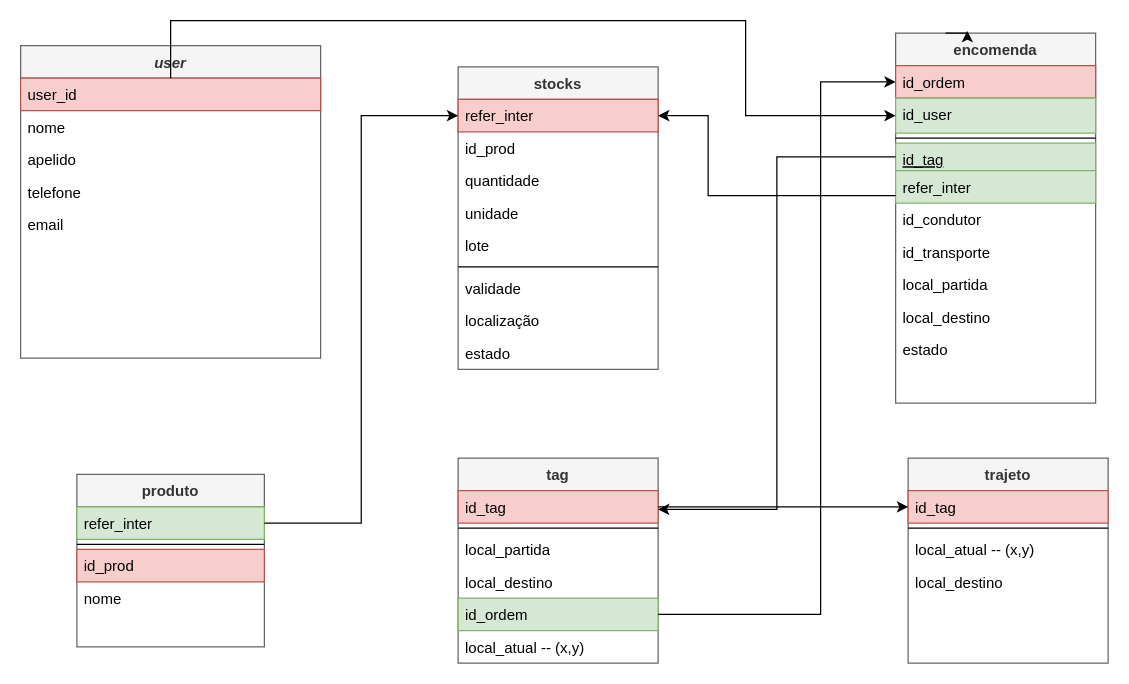
Before: Untitled Diagram.drawio in Jammer23rd/u_project, a draw.io diagram. Source tidied: cells renumbered, new cells numbered last; positions are measured from the earlier drawing's top-left corner, leaving out a move shared by most shapes. Both pictures are drawn from the tidied source at 125%, with x=0, y=0 at pixel (20, 20).
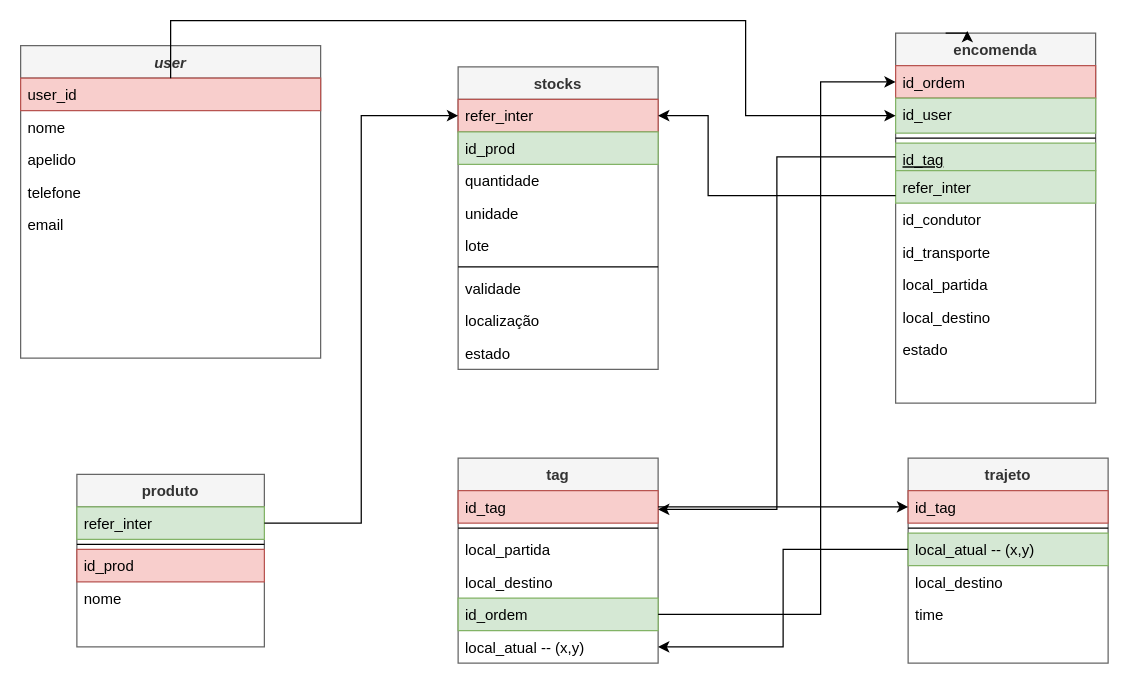
The same page after the edit.

Unchanged cells that the change refers to:
```xml
<mxCell id="25" value="local_atual -- (x,y)" style="text;align=left;verticalAlign=top;spacingLeft=4;spacingRight=4;overflow=hidden;points=[[0,0.5],[1,0.5]];portConstraint=eastwest;" parent="19" vertex="1">
  <mxGeometry y="138" width="160" height="26" as="geometry" />
</mxCell>
<mxCell id="26" value="stocks" style="swimlane;fontStyle=1;align=center;verticalAlign=top;horizontal=1;startSize=26;rounded=0;shadow=0;strokeWidth=1;fillColor=#f5f5f5;fontColor=#333333;strokeColor=#666666;" parent="1" vertex="1">
  <mxGeometry x="350" y="37" width="160" height="242" as="geometry" />
</mxCell>
<mxCell id="42" value="trajeto" style="swimlane;fontStyle=1;align=center;verticalAlign=top;horizontal=1;startSize=26;rounded=0;shadow=0;strokeWidth=1;fillColor=#f5f5f5;fontColor=#333333;strokeColor=#666666;" parent="1" vertex="1">
  <mxGeometry x="710" y="350" width="160" height="164" as="geometry" />
</mxCell>
```

What changed in the source:
```diff
@@
-    <mxCell id="28" value="id_prod" style="text;align=left;verticalAlign=top;spacingLeft=4;spacingRight=4;overflow=hidden;rounded=0;shadow=0;html=0;" parent="26" vertex="1">
+    <mxCell id="28" value="id_prod" style="text;align=left;verticalAlign=top;spacingLeft=4;spacingRight=4;overflow=hidden;rounded=0;shadow=0;html=0;fillColor=#d5e8d4;strokeColor=#82b366;" parent="26" vertex="1">
       <mxGeometry y="52" width="160" height="26" as="geometry" />
     </mxCell>
@@
-    <mxCell id="45" value="local_atual -- (x,y)" style="text;align=left;verticalAlign=top;spacingLeft=4;spacingRight=4;overflow=hidden;points=[[0,0.5],[1,0.5]];portConstraint=eastwest;" parent="42" vertex="1">
+    <mxCell id="45" value="local_atual -- (x,y)" style="text;align=left;verticalAlign=top;spacingLeft=4;spacingRight=4;overflow=hidden;points=[[0,0.5],[1,0.5]];portConstraint=eastwest;fillColor=#d5e8d4;strokeColor=#82b366;" parent="42" vertex="1">
       <mxGeometry y="60" width="160" height="26" as="geometry" />
     </mxCell>
@@
+    <mxCell id="53" value="time" style="text;align=left;verticalAlign=top;spacingLeft=4;spacingRight=4;overflow=hidden;" parent="42" vertex="1">
+      <mxGeometry y="112" width="160" height="26" as="geometry" />
+    </mxCell>
@@
+    <mxCell id="54" style="edgeStyle=orthogonalEdgeStyle;rounded=0;jettySize=auto;html=1;" parent="1" edge="1" source="45" target="25">
+      <mxGeometry relative="1" as="geometry" />
+    </mxCell>
```
